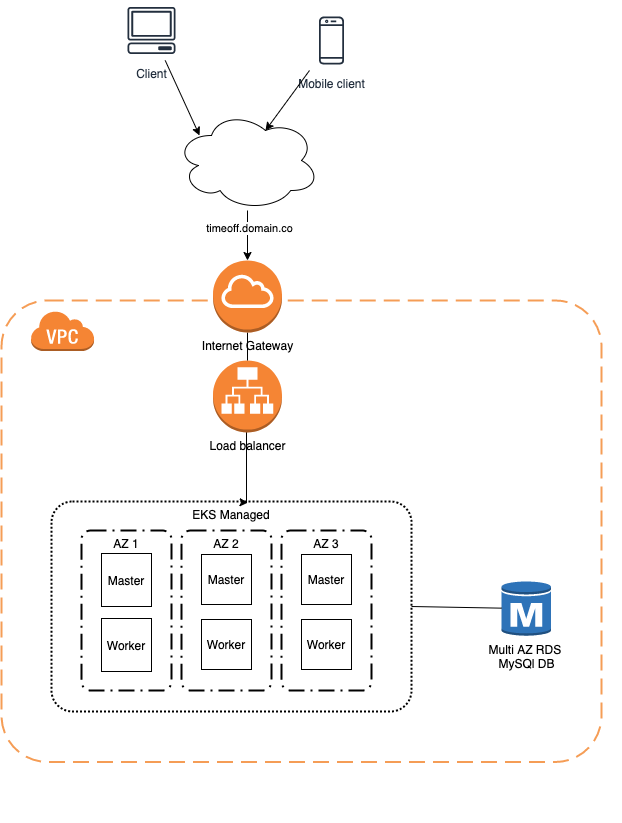
This is docs/timeoff-Infra.png from jaraujoduarte/timeoff-management-infra, a draw.io export, as it was before one commit. Source tidied: cells renumbered, new cells last; positions are measured from the earlier drawing's top-left corner, leaving out a move shared by most shapes.
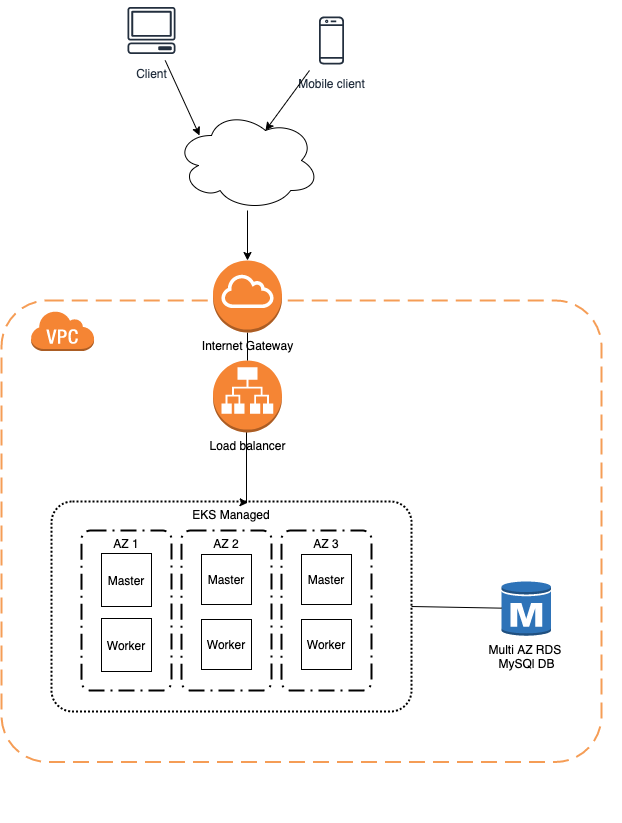
The same diagram one commit later.

Diff of the diagram source:
```diff
@@ -47,9 +47,6 @@
     <mxCell id="16" style="endArrow=classic;html=1;entryX=0.5;entryY=0;entryDx=0;entryDy=0;entryPerimeter=0;" parent="1" edge="1" source="15" target="25">
       <mxGeometry relative="1" as="geometry" />
     </mxCell>
-    <mxCell id="17" value="timeoff.domain.co" style="edgeLabel;html=1;align=center;verticalAlign=middle;" parent="16" vertex="1">
-      <mxGeometry x="-0.3" y="1" relative="1" as="geometry" />
-    </mxCell>
     <mxCell id="18" style="edgeStyle=orthogonalEdgeStyle;rounded=0;jettySize=auto;html=1;entryX=0.546;entryY=0.005;entryDx=0;entryDy=0;entryPerimeter=0;" parent="1" edge="1" source="19" target="5">
       <mxGeometry relative="1" as="geometry">
         <Array as="points">
```
